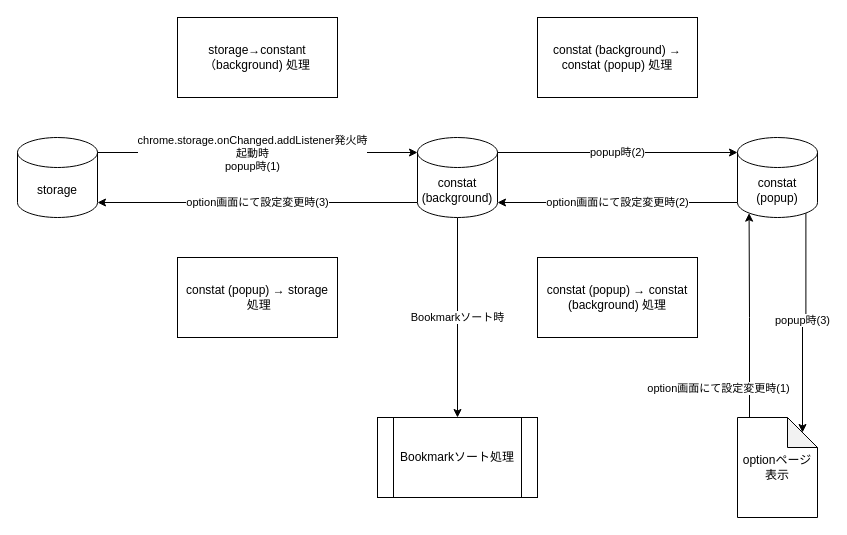
The draw.io diagram page "storage" (1 of 5) of Smart Bookmark Sorter.drawio in KazinaG/Smart-Bookmark-Sorter, before the edit. Source tidied: cells renumbered, new cells numbered last; positions are measured from the earlier drawing's top-left corner, leaving out a move shared by most shapes. Both pictures are drawn from the tidied source at 100%, with x=0, y=0 at pixel (17, 17).
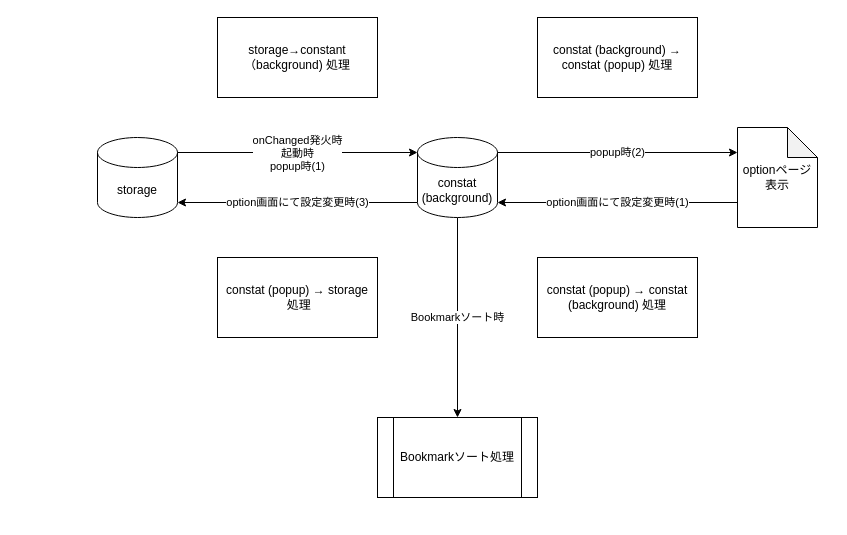
After the change.

Unchanged cells that the change refers to:
```xml
<mxCell id="2" style="edgeStyle=orthogonalEdgeStyle;rounded=0;jettySize=auto;html=1;noEdgeStyle=1;orthogonal=1;exitX=1;exitY=0;exitDx=0;exitDy=15;exitPerimeter=0;" parent="1" edge="1" source="4" target="9">
  <mxGeometry relative="1" as="geometry" />
</mxCell>
<mxCell id="9" value="constat&lt;br&gt;(background)" style="shape=cylinder3;whiteSpace=wrap;html=1;boundedLbl=1;backgroundOutline=1;size=15;" parent="1" vertex="1">
  <mxGeometry x="400" y="120" width="80" height="80" as="geometry" />
</mxCell>
```

What changed in the source:
```diff
@@
-    <mxCell id="3" value="chrome.storage.onChanged.addListener発火時&lt;br&gt;起動時&lt;br&gt;popup時(1)" style="edgeLabel;html=1;align=center;verticalAlign=middle;horizontal=1;" parent="2" vertex="1">
+    <mxCell id="3" value="onChanged発火時&lt;br&gt;起動時&lt;br&gt;popup時(1)" style="edgeLabel;html=1;align=center;verticalAlign=middle;horizontal=1;" parent="2" vertex="1">
       <mxGeometry x="-0.14" y="-3" relative="1" as="geometry">
         <mxPoint x="16" y="-3" as="offset" />
       </mxGeometry>
     </mxCell>
     <mxCell id="4" value="storage" style="shape=cylinder3;whiteSpace=wrap;html=1;boundedLbl=1;backgroundOutline=1;size=15;" parent="1" vertex="1">
-      <mxGeometry y="120" width="80" height="80" as="geometry" />
+      <mxGeometry x="80" y="120" width="80" height="80" as="geometry" />
     </mxCell>
-    <mxCell id="5" value="option画面にて設定変更時(2)" style="edgeStyle=orthogonalEdgeStyle;rounded=0;jettySize=auto;html=1;noEdgeStyle=1;orthogonal=1;entryX=1;entryY=1;entryDx=0;entryDy=-15;entryPerimeter=0;" parent="1" edge="1" source="11" target="9">
-      <mxGeometry relative="1" as="geometry" />
+    <mxCell id="5" value="option画面にて設定変更時(1)" style="edgeStyle=orthogonalEdgeStyle;rounded=0;jettySize=auto;html=1;noEdgeStyle=1;orthogonal=1;entryX=1;entryY=1;entryDx=0;entryDy=-15;entryPerimeter=0;" parent="1" edge="1" target="9">
+      <mxGeometry relative="1" as="geometry">
+        <mxPoint x="720" y="185" as="sourcePoint" />
+      </mxGeometry>
     </mxCell>
-    <mxCell id="6" value="popup時(2)" style="edgeStyle=orthogonalEdgeStyle;rounded=0;jettySize=auto;html=1;noEdgeStyle=1;orthogonal=1;exitX=1;exitY=0;exitDx=0;exitDy=15;exitPerimeter=0;" parent="1" edge="1" source="9" target="11">
-      <mxGeometry relative="1" as="geometry" />
+    <mxCell id="6" value="popup時(2)" style="edgeStyle=orthogonalEdgeStyle;rounded=0;jettySize=auto;html=1;noEdgeStyle=1;orthogonal=1;exitX=1;exitY=0;exitDx=0;exitDy=15;exitPerimeter=0;" parent="1" edge="1" source="9">
+      <mxGeometry relative="1" as="geometry">
+        <mxPoint x="720" y="135" as="targetPoint" />
+      </mxGeometry>
     </mxCell>
@@
-    <mxCell id="10" value="popup時(3)" style="edgeStyle=orthogonalEdgeStyle;rounded=0;jettySize=auto;html=1;exitX=0.855;exitY=1;exitDx=0;exitDy=-4.35;exitPerimeter=0;entryX=0;entryY=0;entryDx=65;entryDy=15;entryPerimeter=0;" parent="1" edge="1" source="11" target="13">
-      <mxGeometry relative="1" as="geometry" />
-    </mxCell>
-    <mxCell id="11" value="constat&lt;br&gt;(popup)" style="shape=cylinder3;whiteSpace=wrap;html=1;boundedLbl=1;backgroundOutline=1;size=15;" parent="1" vertex="1">
-      <mxGeometry x="720" y="120" width="80" height="80" as="geometry" />
-    </mxCell>
-    <mxCell id="12" value="option画面にて設定変更時(1)" style="edgeStyle=orthogonalEdgeStyle;rounded=0;jettySize=auto;html=1;entryX=0.145;entryY=1;entryDx=0;entryDy=-4.35;entryPerimeter=0;exitX=0.15;exitY=0.01;exitDx=0;exitDy=0;exitPerimeter=0;" parent="1" edge="1" source="13" target="11">
-      <mxGeometry x="-0.7" y="32" relative="1" as="geometry">
-        <mxPoint x="1" y="1" as="offset" />
-      </mxGeometry>
-    </mxCell>
     <mxCell id="13" value="optionページ表示" style="shape=note;whiteSpace=wrap;html=1;backgroundOutline=1;darkOpacity=0.05;" parent="1" vertex="1">
-      <mxGeometry x="720" y="400" width="80" height="100" as="geometry" />
+      <mxGeometry x="720" y="110" width="80" height="100" as="geometry" />
     </mxCell>
@@
     <mxCell id="15" value="storage→constant（background) 処理" style="rounded=0;whiteSpace=wrap;html=1;" parent="1" vertex="1">
-      <mxGeometry x="160" width="160" height="80" as="geometry" />
+      <mxGeometry x="200" width="160" height="80" as="geometry" />
     </mxCell>
@@
     <mxCell id="17" value="constat (popup)&amp;nbsp;→&amp;nbsp;storage&lt;br&gt;&amp;nbsp;処理" style="rounded=0;whiteSpace=wrap;html=1;" parent="1" vertex="1">
-      <mxGeometry x="160" y="240" width="160" height="80" as="geometry" />
+      <mxGeometry x="200" y="240" width="160" height="80" as="geometry" />
     </mxCell>
```
